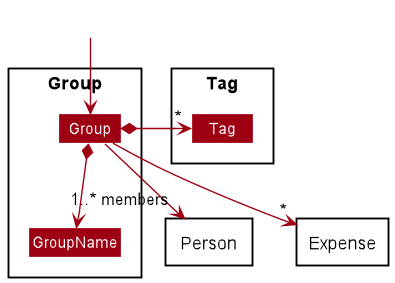
This is docs/images/GroupClassDiagram.png from ramapriyan912001/tp, a PlantUML export, as it was before one commit. Its diagram source:
```plantuml
@startuml
!include style.puml
skinparam arrowThickness 1.1
skinparam arrowColor MODEL_COLOR
skinparam classBackgroundColor MODEL_COLOR

Package Group <<Rectangle>>{
    Class Group
    Class GroupName
}

Package Tag <<Rectangle>>{
Class Tag
}

Package Person <<Rectangle>>{
}

Package Expense <<Rectangle>>{
}

Class HiddenOutside #FFFFFF
HiddenOutside --> Group

Group *--> GroupName
Group *-right-> "*" Tag
Group --> "1..* members" Person
Group --> "*" Expense


@enduml
```
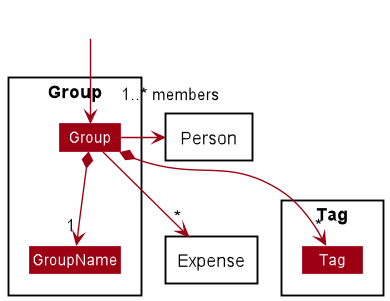
After the commit.

What changed in the source:
```diff
@@ -22,9 +22,9 @@
 Class HiddenOutside #FFFFFF
 HiddenOutside --> Group
 
-Group *--> GroupName
-Group *-right-> "*" Tag
-Group --> "1..* members" Person
+Group *--> "1" GroupName
+Group *--> "*" Tag
+Group -right-> "1..* members" Person
 Group --> "*" Expense
 
 
```
